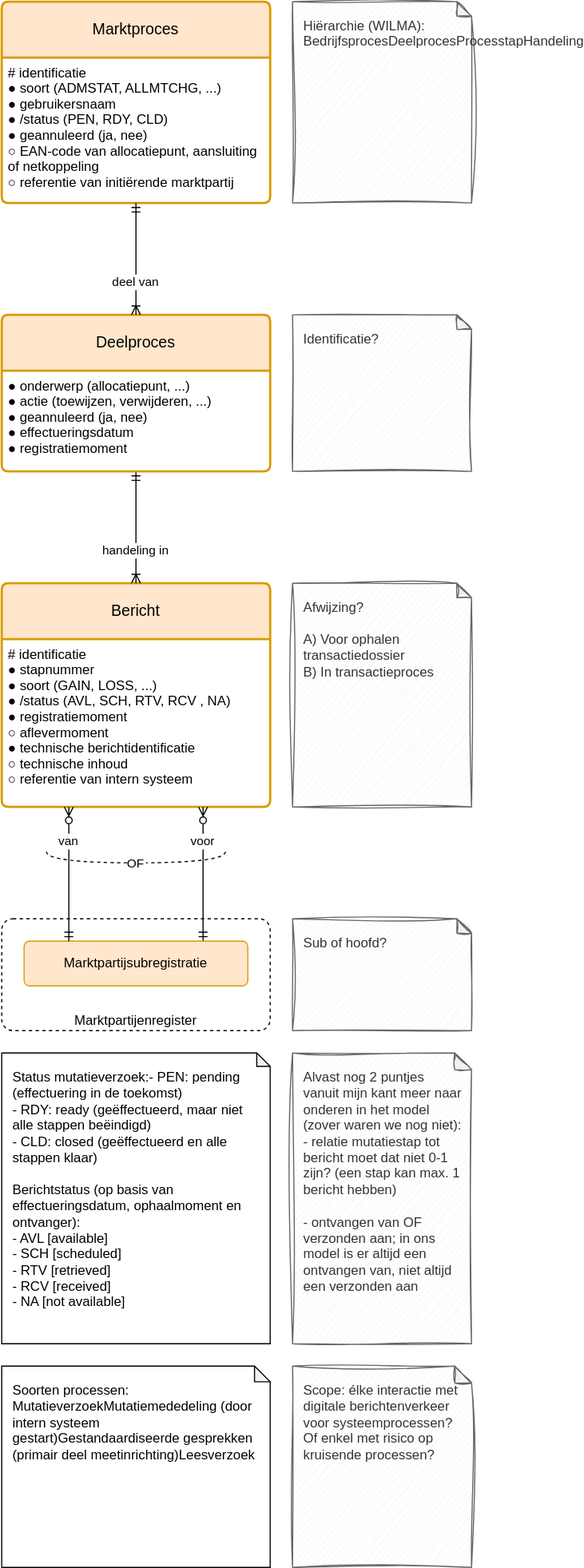
The draw.io diagram registers/marktprocesregister/1.0/marktprocesregister.drawio.svg in Netbeheer-Nederland/stelsel, before a commit. Source tidied: cells renumbered, new cells last; positions are measured from the earlier drawing's top-left corner, leaving out a move shared by most shapes.
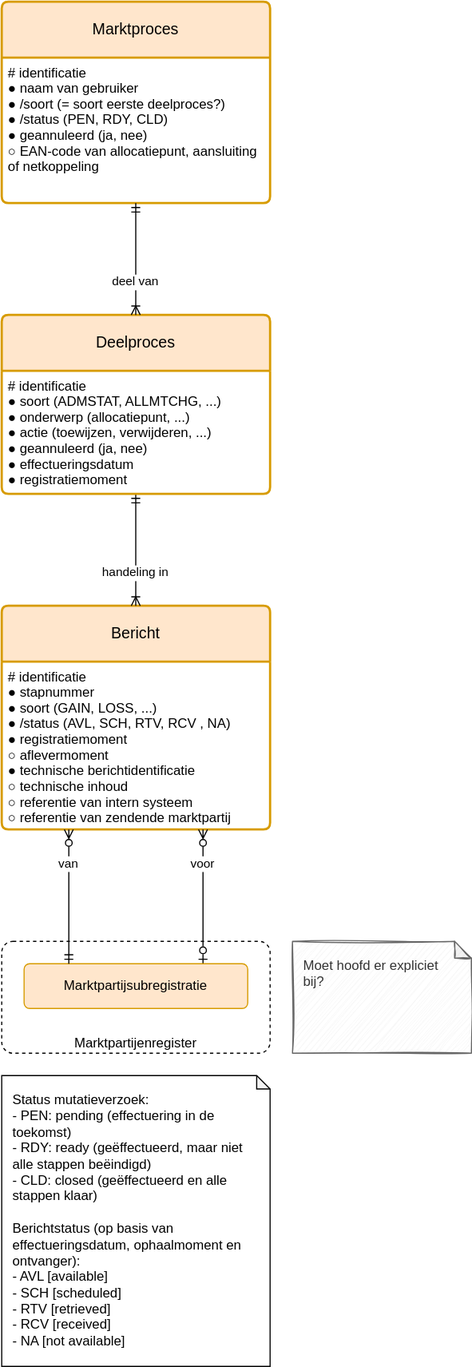
The same file after the commit.

Commit message:
relatie: transporteenheid --> knooppunt

The edit, as a diff of the source:
```diff
@@ -2,37 +2,34 @@
   <root>
     <mxCell id="0" />
     <mxCell id="1" parent="0" />
-    <mxCell id="2" value="Alvast nog 2 puntjes vanuit mijn kant meer naar onderen in het model (zover waren we nog niet):&#10;- relatie mutatiestap tot bericht moet dat niet 0-1 zijn? (een stap kan max. 1 bericht hebben)&#10;&#10;- ontvangen van OF verzonden aan; in ons model is er altijd een ontvangen van, niet altijd een verzonden aan" style="shape=note;whiteSpace=wrap;backgroundOutline=1;darkOpacity=0.05;align=left;verticalAlign=top;size=15;spacing=10;sketch=1;curveFitting=1;jiggle=2;fillColor=#f5f5f5;fontColor=#333333;strokeColor=#666666;" parent="1" vertex="1">
-      <mxGeometry x="260" y="940" width="160" height="260" as="geometry" />
-    </mxCell>
     <mxCell id="3" value="Marktpartijenregister" style="rounded=1;whiteSpace=wrap;absoluteArcSize=1;dashed=1;fillColor=default;verticalAlign=bottom;spacingLeft=10;spacingRight=10;" parent="1" vertex="1">
       <mxGeometry y="820" width="240" height="100" as="geometry" />
     </mxCell>
     <mxCell id="4" value="Marktproces" style="swimlane;horizontal=1;startSize=50;rounded=1;fontSize=14;fontStyle=0;strokeWidth=2;shadow=0;dashed=0;align=center;arcSize=4;whiteSpace=wrap;spacing=10;fillColor=#ffe6cc;strokeColor=#d79b00;" parent="1" vertex="1">
-      <mxGeometry width="240" height="180" as="geometry" />
+      <mxGeometry y="-20" width="240" height="180" as="geometry" />
     </mxCell>
-    <mxCell id="5" value="# identificatie&#10;● soort (ADMSTAT, ALLMTCHG, ...)&#10;● gebruikersnaam&#10;● /status (PEN, RDY, CLD)&#10;● geannuleerd (ja, nee)&#10;○ EAN-code van allocatiepunt, aansluiting&#10;   of netkoppeling&#10;○ referentie van initiërende marktpartij" style="align=left;strokeColor=none;fillColor=none;spacingLeft=4;fontSize=12;verticalAlign=top;" parent="4" vertex="1">
+    <mxCell id="5" value="# identificatie&#10;● naam van gebruiker&#10;● /soort (= soort eerste deelproces?)&#10;● /status (PEN, RDY, CLD)&#10;● geannuleerd (ja, nee)&#10;○ EAN-code van allocatiepunt, aansluiting&#10;   of netkoppeling" style="align=left;strokeColor=none;fillColor=none;spacingLeft=4;fontSize=12;verticalAlign=top;" parent="4" vertex="1">
       <mxGeometry y="50" width="240" height="130" as="geometry" />
     </mxCell>
     <mxCell id="6" value="Bericht" style="swimlane;horizontal=1;startSize=50;rounded=1;fontSize=14;fontStyle=0;strokeWidth=2;shadow=0;dashed=0;align=center;arcSize=4;whiteSpace=wrap;spacing=10;fillColor=#ffe6cc;strokeColor=#d79b00;" parent="1" vertex="1">
       <mxGeometry y="520" width="240" height="200" as="geometry" />
     </mxCell>
-    <mxCell id="7" value="# identificatie&#10;● stapnummer&#10;● soort (GAIN, LOSS, ...)&#10;● /status (AVL, SCH, RTV, RCV , NA)&#10;● registratiemoment&#10;○ aflevermoment&#10;● technische berichtidentificatie&#10;○ technische inhoud&#10;○ referentie van intern systeem" style="align=left;strokeColor=none;fillColor=none;spacingLeft=4;fontSize=12;verticalAlign=top;" parent="6" vertex="1">
+    <mxCell id="7" value="# identificatie&#10;● stapnummer&#10;● soort (GAIN, LOSS, ...)&#10;● /status (AVL, SCH, RTV, RCV , NA)&#10;● registratiemoment&#10;○ aflevermoment&#10;● technische berichtidentificatie&#10;○ technische inhoud&#10;○ referentie van intern systeem&#10;○ referentie van zendende marktpartij" style="align=left;strokeColor=none;fillColor=none;spacingLeft=4;fontSize=12;verticalAlign=top;" parent="6" vertex="1">
       <mxGeometry y="50" width="240" height="150" as="geometry" />
     </mxCell>
     <mxCell id="8" value="handeling in" style="endArrow=ERmandOne;edgeStyle=elbowEdgeStyle;endFill=0;startArrow=ERoneToMany;startFill=0;align=center;" parent="1" edge="1" source="6" target="9">
       <mxGeometry x="-0.4" relative="1" as="geometry" />
     </mxCell>
     <mxCell id="9" value="Deelproces" style="swimlane;horizontal=1;startSize=50;rounded=1;fontSize=14;fontStyle=0;strokeWidth=2;shadow=0;dashed=0;align=center;arcSize=4;whiteSpace=wrap;spacing=10;fillColor=#ffe6cc;strokeColor=#d79b00;" parent="1" vertex="1">
-      <mxGeometry y="280" width="240" height="140" as="geometry" />
+      <mxGeometry y="260" width="240" height="160" as="geometry" />
     </mxCell>
-    <mxCell id="10" value="● onderwerp (allocatiepunt, ...)&#10;● actie (toewijzen, verwijderen, ...)&#10;● geannuleerd (ja, nee)&#10;● effectueringsdatum&#10;● registratiemoment&#10;" style="align=left;strokeColor=none;fillColor=none;spacingLeft=4;fontSize=12;verticalAlign=top;" parent="9" vertex="1">
-      <mxGeometry y="50" width="240" height="90" as="geometry" />
+    <mxCell id="10" value="# identificatie&#10;● soort (ADMSTAT, ALLMTCHG, ...)&#10;● onderwerp (allocatiepunt, ...)&#10;● actie (toewijzen, verwijderen, ...)&#10;● geannuleerd (ja, nee)&#10;● effectueringsdatum&#10;● registratiemoment" style="align=left;strokeColor=none;fillColor=none;spacingLeft=4;fontSize=12;verticalAlign=top;" parent="9" vertex="1">
+      <mxGeometry y="50" width="240" height="110" as="geometry" />
     </mxCell>
     <mxCell id="11" value="deel van" style="endArrow=ERmandOne;edgeStyle=elbowEdgeStyle;endFill=0;startArrow=ERoneToMany;startFill=0;align=center;" parent="1" edge="1" source="9" target="4">
       <mxGeometry x="-0.4" relative="1" as="geometry" />
     </mxCell>
-    <mxCell id="12" value="voor" style="endArrow=ERmandOne;edgeStyle=elbowEdgeStyle;endFill=0;startArrow=ERzeroToMany;startFill=0;align=center;" parent="1" edge="1" source="6" target="13">
+    <mxCell id="12" value="voor" style="endArrow=ERzeroToOne;edgeStyle=elbowEdgeStyle;endFill=0;startArrow=ERzeroToMany;startFill=0;align=center;" parent="1" edge="1" source="6" target="13">
       <mxGeometry x="-0.5" relative="1" as="geometry">
         <Array as="points">
           <mxPoint x="180" y="780" />
@@ -49,36 +46,11 @@
         </Array>
       </mxGeometry>
     </mxCell>
-    <mxCell id="15" value="OF" style="endArrow=none;dashed=1;edgeStyle=orthogonalEdgeStyle;curved=1;" parent="1" edge="1">
-      <mxGeometry relative="1" as="geometry">
-        <mxPoint x="200" y="760" as="sourcePoint" />
-        <mxPoint x="40" y="760" as="targetPoint" />
-        <Array as="points">
-          <mxPoint x="200" y="770" />
-          <mxPoint x="40" y="770" />
-        </Array>
-      </mxGeometry>
-    </mxCell>
-    <mxCell id="16" value="Soorten processen:&#10;MutatieverzoekMutatiemededeling (door intern systeem gestart)Gestandaardiseerde gesprekken (primair deel meetinrichting)Leesverzoek" style="shape=note;whiteSpace=wrap;backgroundOutline=1;darkOpacity=0.05;align=left;spacing=10;verticalAlign=top;size=14;" parent="1" vertex="1">
-      <mxGeometry y="1220" width="240" height="180" as="geometry" />
-    </mxCell>
-    <mxCell id="17" value="Status mutatieverzoek:- PEN: pending (effectuering in de toekomst)&#10;- RDY: ready (geëffectueerd, maar niet alle stappen beëindigd)&#10;- CLD: closed (geëffectueerd en alle stappen klaar)&#10;&#10;Berichtstatus (op basis van effectueringsdatum, ophaalmoment en ontvanger):&#10;- AVL [available]&#10;- SCH [scheduled]&#10;- RTV [retrieved]&#10;- RCV [received]&#10;- NA [not available]" style="shape=note;whiteSpace=wrap;backgroundOutline=1;darkOpacity=0.05;align=left;verticalAlign=top;size=12;spacing=10;" parent="1" vertex="1">
+    <mxCell id="17" value="Status mutatieverzoek:&#10;- PEN: pending (effectuering in de toekomst)&#10;- RDY: ready (geëffectueerd, maar niet alle stappen beëindigd)&#10;- CLD: closed (geëffectueerd en alle stappen klaar)&#10;&#10;Berichtstatus (op basis van effectueringsdatum, ophaalmoment en ontvanger):&#10;- AVL [available]&#10;- SCH [scheduled]&#10;- RTV [retrieved]&#10;- RCV [received]&#10;- NA [not available]" style="shape=note;whiteSpace=wrap;backgroundOutline=1;darkOpacity=0.05;align=left;verticalAlign=top;size=12;spacing=10;" parent="1" vertex="1">
       <mxGeometry y="940" width="240" height="260" as="geometry" />
     </mxCell>
-    <mxCell id="18" value="Identificatie?" style="shape=note;whiteSpace=wrap;backgroundOutline=1;darkOpacity=0.05;size=13;spacing=10;verticalAlign=top;align=left;sketch=1;curveFitting=1;jiggle=2;fillColor=#f5f5f5;fontColor=#333333;strokeColor=#666666;" parent="1" vertex="1">
-      <mxGeometry x="260" y="280" width="160" height="140" as="geometry" />
-    </mxCell>
-    <mxCell id="19" value="Afwijzing?&#10;&#10;A) Voor ophalen transactiedossier&#10;B) In transactieproces" style="shape=note;whiteSpace=wrap;backgroundOutline=1;darkOpacity=0.05;size=13;spacing=10;verticalAlign=top;align=left;sketch=1;curveFitting=1;jiggle=2;fillColor=#f5f5f5;fontColor=#333333;strokeColor=#666666;" parent="1" vertex="1">
-      <mxGeometry x="260" y="520" width="160" height="200" as="geometry" />
-    </mxCell>
-    <mxCell id="20" value="Sub of hoofd?" style="shape=note;whiteSpace=wrap;backgroundOutline=1;darkOpacity=0.05;size=13;spacing=10;verticalAlign=top;align=left;sketch=1;curveFitting=1;jiggle=2;fillColor=#f5f5f5;fontColor=#333333;strokeColor=#666666;" parent="1" vertex="1">
-      <mxGeometry x="260" y="820" width="160" height="100" as="geometry" />
-    </mxCell>
-    <mxCell id="21" value="Hiërarchie (WILMA):&#10;BedrijfsprocesDeelprocesProcesstapHandeling" style="shape=note;whiteSpace=wrap;backgroundOutline=1;darkOpacity=0.05;size=13;spacing=10;verticalAlign=top;align=left;sketch=1;curveFitting=1;jiggle=2;fillColor=#f5f5f5;fontColor=#333333;strokeColor=#666666;" parent="1" vertex="1">
-      <mxGeometry x="260" width="160" height="180" as="geometry" />
-    </mxCell>
-    <mxCell id="22" value="Scope: élke interactie met digitale berichtenverkeer voor systeemprocessen? Of enkel met risico op kruisende processen?" style="shape=note;whiteSpace=wrap;backgroundOutline=1;darkOpacity=0.05;align=left;verticalAlign=top;size=15;spacing=10;sketch=1;curveFitting=1;jiggle=2;fillColor=#f5f5f5;fontColor=#333333;strokeColor=#666666;" parent="1" vertex="1">
-      <mxGeometry x="260" y="1220" width="160" height="180" as="geometry" />
-    </mxCell>
+    <mxCell id="23" value="Moet hoofd er expliciet bij?" style="shape=note;whiteSpace=wrap;backgroundOutline=1;darkOpacity=0.05;align=left;verticalAlign=top;size=15;spacing=10;sketch=1;curveFitting=1;jiggle=2;fillColor=#f5f5f5;fontColor=#333333;strokeColor=#666666;" parent="1" vertex="1">
+      <mxGeometry x="260" y="820" width="160" height="100" as="geometry" />
+    </mxCell>
   </root>
 </mxGraphModel>
```
